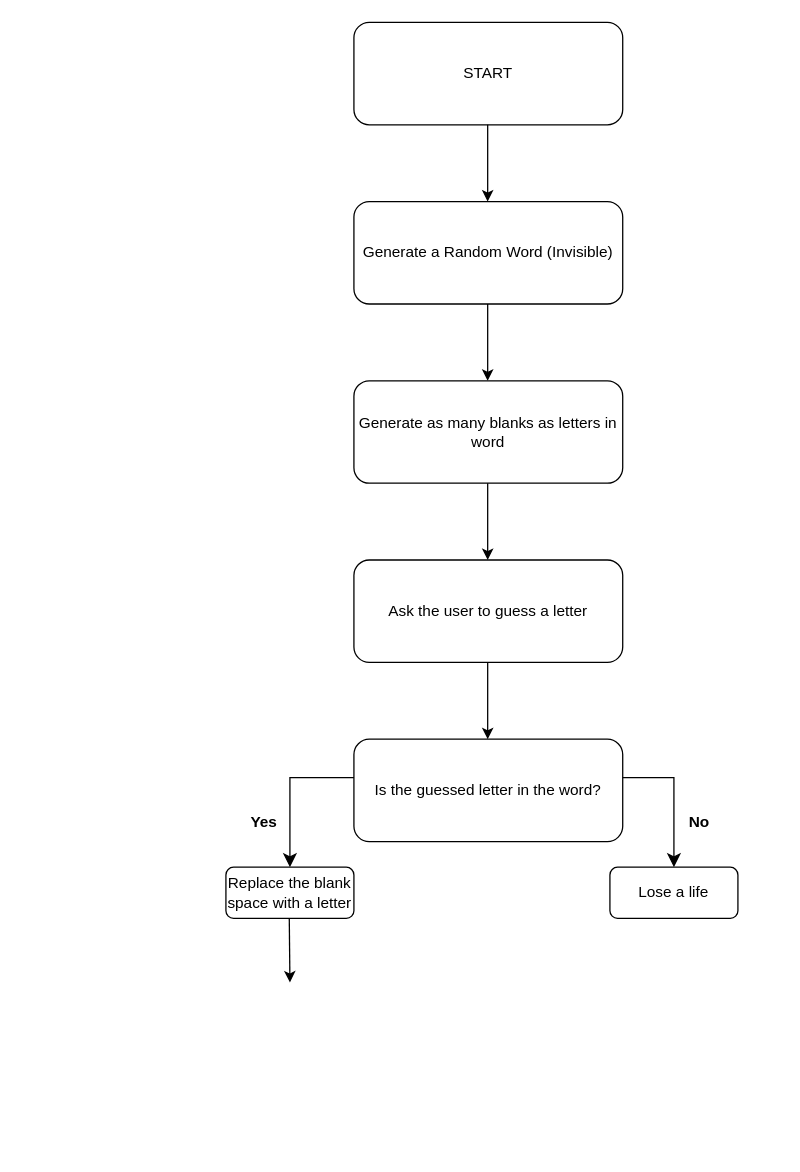
Above: Hangman.drawio in YuvalYanay/My-Projects-Portfolio (draw.io), before the change. Source tidied: cells renumbered, new cells numbered last; positions are measured from the earlier drawing's top-left corner, leaving out a move shared by most shapes. Both pictures are drawn from the tidied source at 128%, with x=0, y=0 at pixel (225, 22).
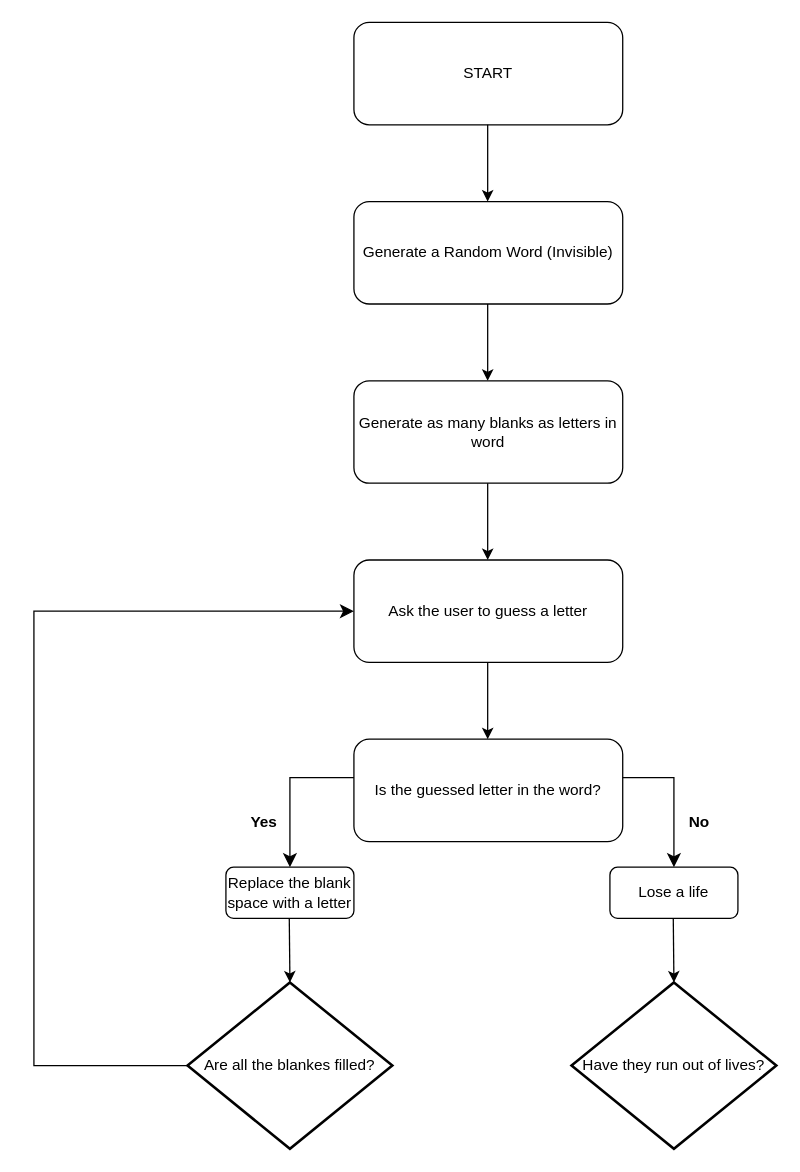
The same page after the edit.

The change refers to these unchanged cells:
```xml
<mxCell id="8" value="Ask the user to guess a letter" style="rounded=1;whiteSpace=wrap;html=1;" parent="1" vertex="1">
  <mxGeometry x="100" y="420" width="210" height="80" as="geometry" />
</mxCell>
```

Change to the diagram source:
```diff
@@
+    <mxCell id="18" value="Are all the blankes filled?" style="strokeWidth=2;html=1;shape=mxgraph.flowchart.decision;whiteSpace=wrap;" parent="1" vertex="1">
+      <mxGeometry x="-30" y="750" width="160" height="130" as="geometry" />
+    </mxCell>
+    <mxCell id="19" value="Have they run out of lives?" style="strokeWidth=2;html=1;shape=mxgraph.flowchart.decision;whiteSpace=wrap;" parent="1" vertex="1">
+      <mxGeometry x="270" y="750" width="160" height="130" as="geometry" />
+    </mxCell>
+    <mxCell id="20" style="endArrow=classic;html=1;rounded=0;" parent="1" edge="1">
+      <mxGeometry relative="1" as="geometry">
+        <mxPoint x="349.5" y="700" as="sourcePoint" />
+        <mxPoint x="350" y="750" as="targetPoint" />
+      </mxGeometry>
+    </mxCell>
+    <mxCell id="21" style="edgeStyle=elbowEdgeStyle;elbow=horizontal;endArrow=classic;html=1;curved=0;rounded=0;endSize=8;startSize=8;entryX=0;entryY=0.5;entryDx=0;entryDy=0;exitX=0;exitY=0.5;exitDx=0;exitDy=0;exitPerimeter=0;" parent="1" edge="1" source="18" target="8">
+      <mxGeometry relative="1" as="geometry">
+        <Array as="points">
+          <mxPoint x="-150" y="650" />
+        </Array>
+      </mxGeometry>
+    </mxCell>
```
